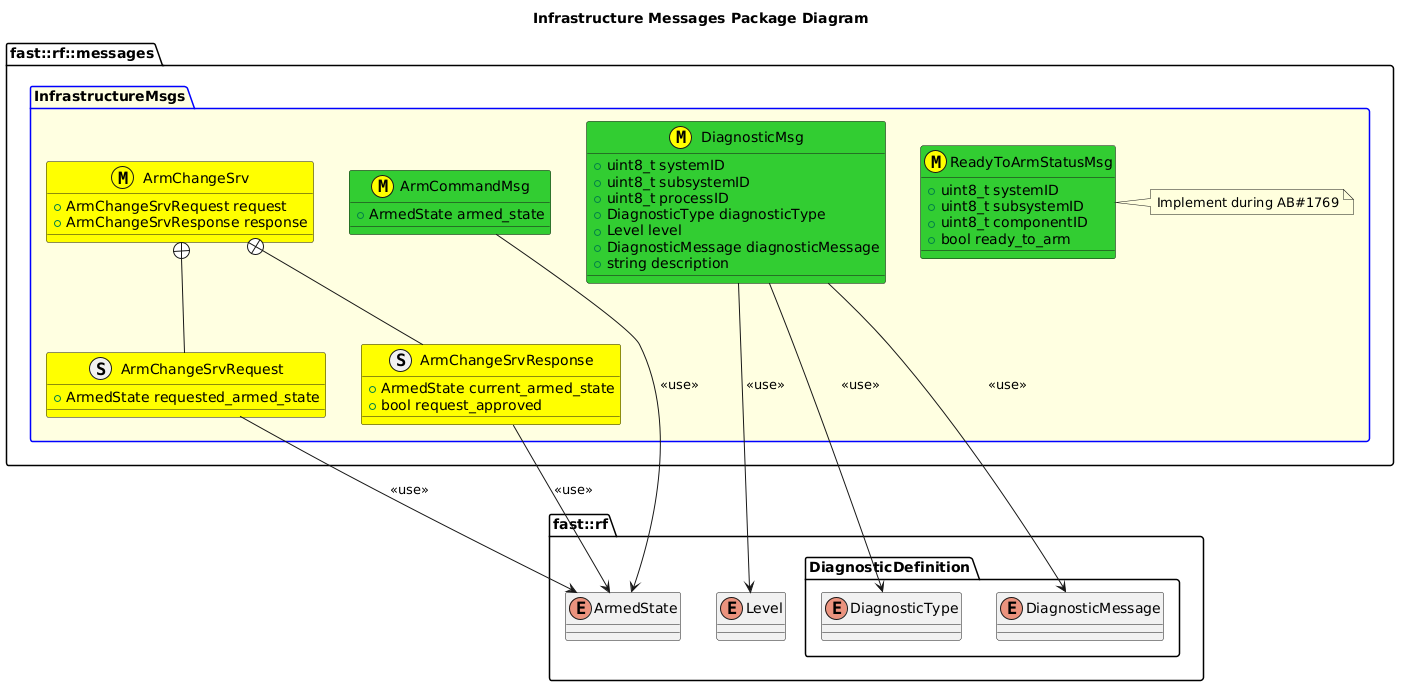
fastrobotics/robot_framework keeps this PlantUML diagram as msgs/InfrastructureMsgs/doc/puml/InfrastructureMessagesClassDiagram.png. Above is the earlier version.
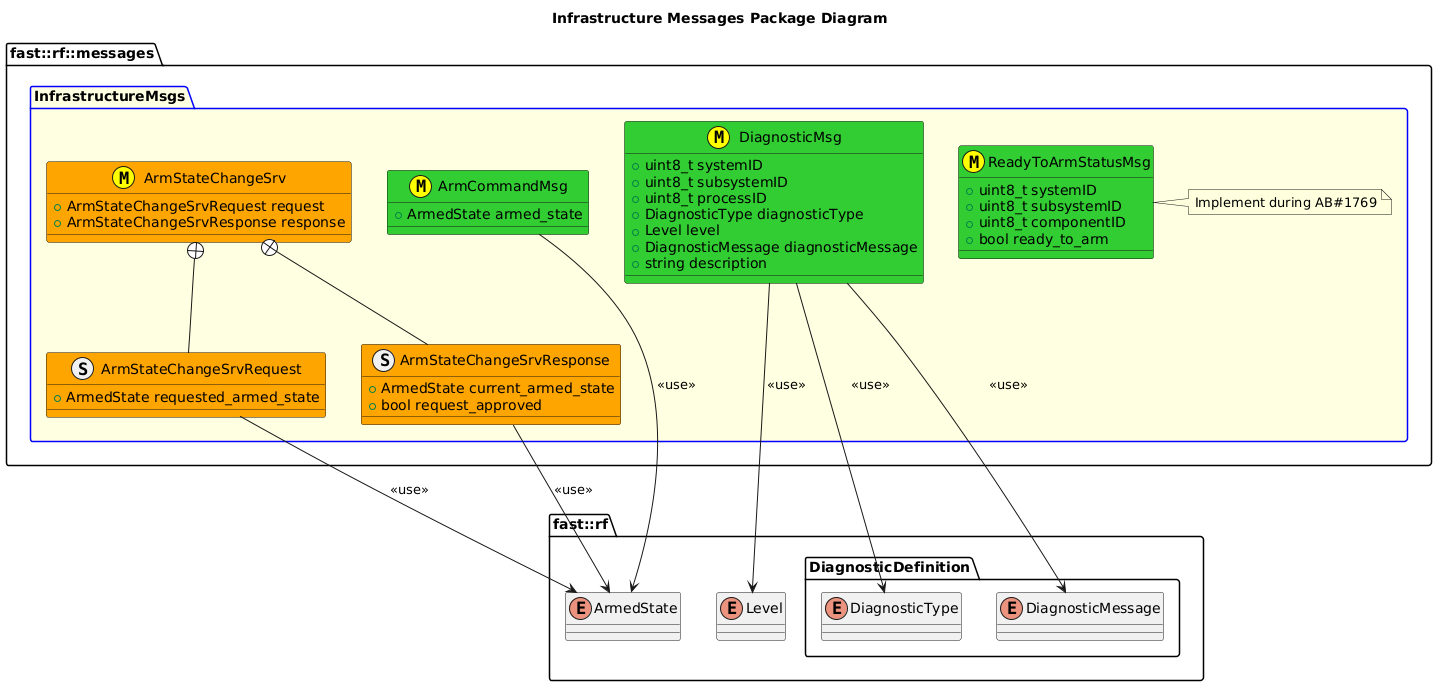
After the change.

The edit, as a diff of the source:
```diff
@@ -16,23 +16,23 @@
       +ArmedState armed_state
     }
     ArmCommandMsg --> ArmedState: <<use>>
-    struct ArmChangeSrvRequest #Yellow {
+    struct ArmStateChangeSrvRequest #Orange {
       +ArmedState requested_armed_state
 
     }
-    ArmChangeSrvRequest --> ArmedState: <<use>>
-    struct ArmChangeSrvResponse #Yellow {
+    ArmStateChangeSrvRequest --> ArmedState: <<use>>
+    struct ArmStateChangeSrvResponse #Orange {
       +ArmedState current_armed_state
       +bool request_approved
 
     }
-    ArmChangeSrvResponse --> ArmedState: <<use>>
-    class ArmChangeSrv <<(M,#FFFF00)>> #Yellow {
-      +ArmChangeSrvRequest request
-      +ArmChangeSrvResponse response
+    ArmStateChangeSrvResponse --> ArmedState: <<use>>
+    class ArmStateChangeSrv <<(M,#FFFF00)>> #Orange {
+      +ArmStateChangeSrvRequest request
+      +ArmStateChangeSrvResponse response
     }
-    ArmChangeSrv +-- ArmChangeSrvRequest
-    ArmChangeSrv +-- ArmChangeSrvResponse
+    ArmStateChangeSrv +-- ArmStateChangeSrvRequest
+    ArmStateChangeSrv +-- ArmStateChangeSrvResponse
     class ReadyToArmStatusMsg <<(M,#FFFF00)>> #LimeGreen {
       +uint8_t systemID
       +uint8_t subsystemID
```
